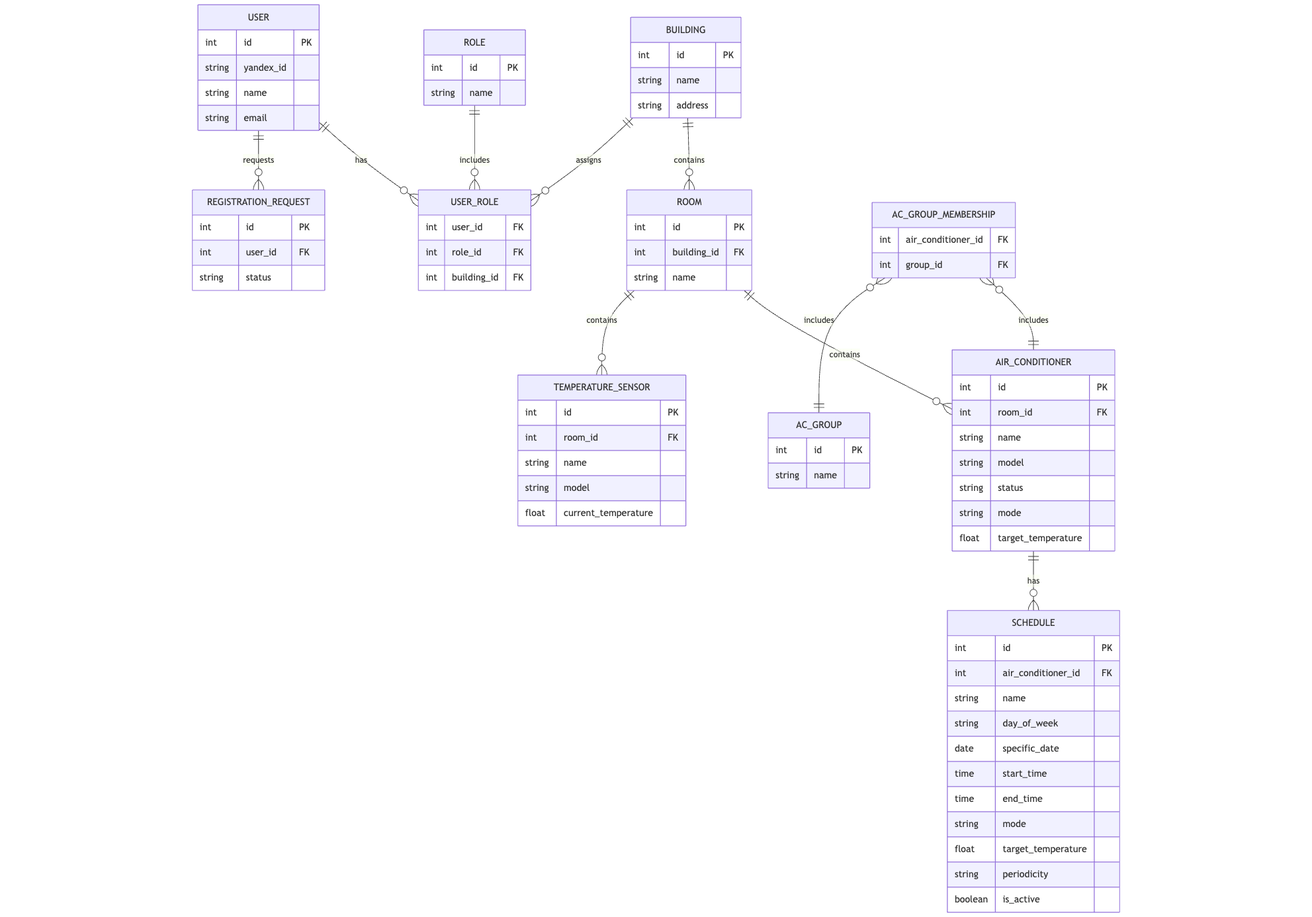
Before: docs/er-model.png, a diagram exported from Mermaid (dllnnx/is-coursework). Its source is kept beside it as docs/er-model.mmd. Its diagram source:
```mermaid
erDiagram
    USER {
        int id PK
        string yandex_id
        string name
        string email
    }

    ROLE {
        int id PK
        string name
    }

    BUILDING {
        int id PK
        string name
        string address
    }

    ROOM {
        int id PK
        int building_id FK
        string name
    }

    AIR_CONDITIONER {
        int id PK
        int room_id FK
        string name
        string model
        string status
        string mode
        float target_temperature
    }

    TEMPERATURE_SENSOR {
        int id PK
        int room_id FK
        string name
        string model
        float current_temperature
    }

    SCHEDULE {
        int id PK
        int air_conditioner_id FK
        string name
        string day_of_week
        date specific_date
        time start_time
        time end_time
        string mode
        float target_temperature
        string periodicity
        boolean is_active
    }

    AC_GROUP {
        int id PK
        string name
    }

    REGISTRATION_REQUEST {
        int id PK
        int user_id FK
        string status
    }


    USER_ROLE {
        int user_id FK
        int role_id FK
        int building_id FK
    }

    AC_GROUP_MEMBERSHIP {
        int air_conditioner_id FK
        int group_id FK
    }

    USER ||--o{ USER_ROLE : has
    ROLE ||--o{ USER_ROLE : includes
    USER ||--o{ REGISTRATION_REQUEST : requests
    BUILDING ||--o{ ROOM : contains
    BUILDING ||--o{ USER_ROLE : assigns
    ROOM ||--o{ AIR_CONDITIONER : contains
    ROOM ||--o{ TEMPERATURE_SENSOR : contains
    AIR_CONDITIONER ||--o{ SCHEDULE : has
    AC_GROUP_MEMBERSHIP }o--|| AIR_CONDITIONER : includes
    AC_GROUP_MEMBERSHIP }o--|| AC_GROUP : includes
```
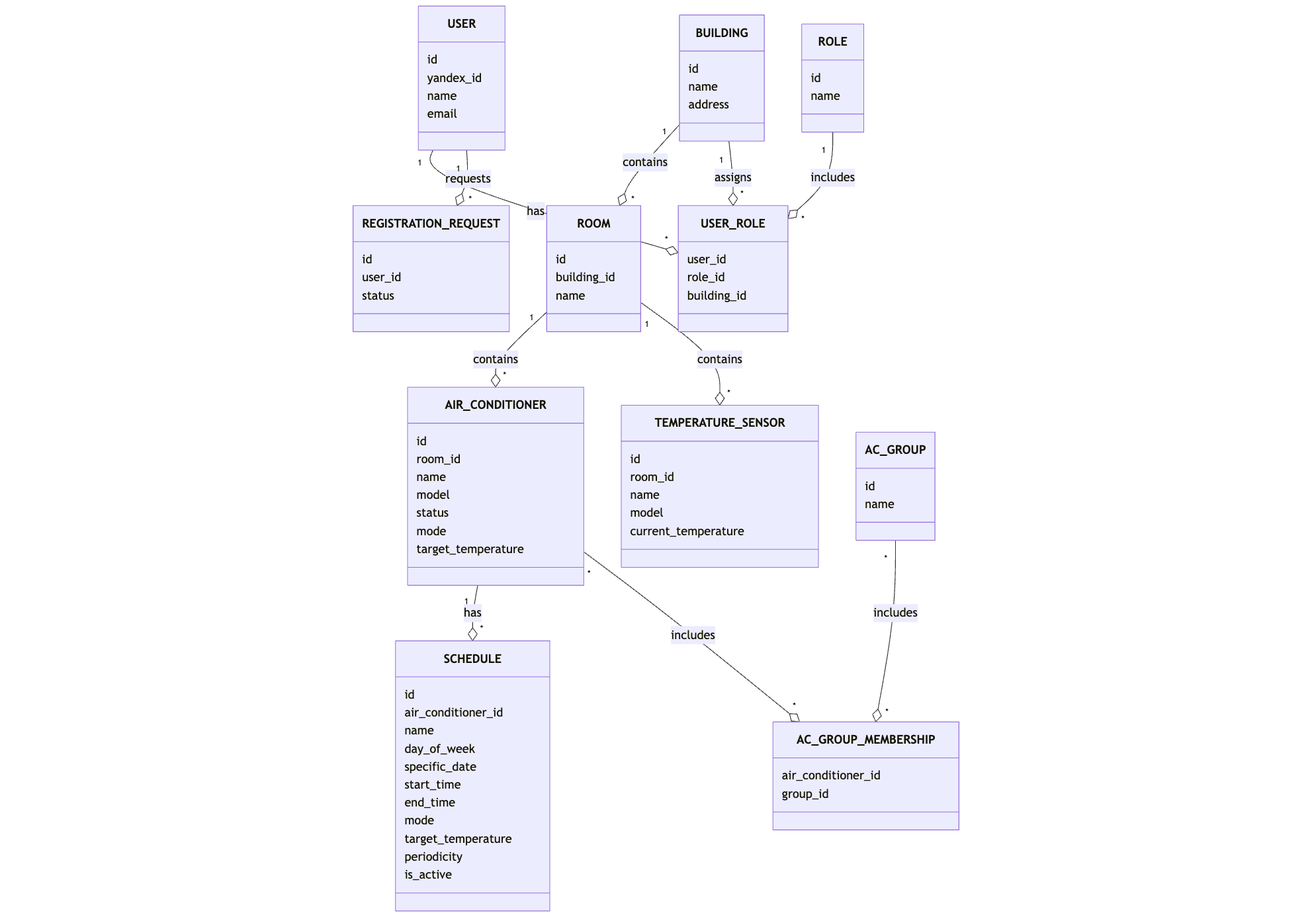
The same file after the commit.

What changed in the source:
```diff
@@ -1,90 +1,89 @@
-erDiagram
-    USER {
-        int id PK
-        string yandex_id
-        string name
-        string email
+classDiagram
+    class USER {
+        id
+        yandex_id
+        name
+        email
     }
 
-    ROLE {
-        int id PK
-        string name
+    class ROLE {
+        id
+        name
     }
 
-    BUILDING {
-        int id PK
-        string name
-        string address
+    class BUILDING {
+        id
+        name
+        address
     }
 
-    ROOM {
-        int id PK
-        int building_id FK
-        string name
+    class ROOM {
+        id
+        building_id
+        name
     }
 
-    AIR_CONDITIONER {
-        int id PK
-        int room_id FK
-        string name
-        string model
-        string status
-        string mode
-        float target_temperature
+    class AIR_CONDITIONER {
+        id
+        room_id
+        name
+        model
+        status
+        mode
+        target_temperature
     }
 
-    TEMPERATURE_SENSOR {
-        int id PK
-        int room_id FK
-        string name
-        string model
-        float current_temperature
+    class TEMPERATURE_SENSOR {
+        id
+        room_id
+        name
+        model
+        current_temperature
     }
 
-    SCHEDULE {
-        int id PK
-        int air_conditioner_id FK
-        string name
-        string day_of_week
-        date specific_date
-        time start_time
-        time end_time
-        string mode
-        float target_temperature
-        string periodicity
-        boolean is_active
+    class SCHEDULE {
+        id
+        air_conditioner_id
+        name
+        day_of_week
+        specific_date
+        start_time
+        end_time
+        mode
+        target_temperature
+        periodicity
+        is_active
     }
 
-    AC_GROUP {
-        int id PK
-        string name
+    class AC_GROUP {
+        id
+        name
     }
 
-    REGISTRATION_REQUEST {
-        int id PK
-        int user_id FK
-        string status
+    class REGISTRATION_REQUEST {
+        id
+        user_id
+        status
     }
 
-
-    USER_ROLE {
-        int user_id FK
-        int role_id FK
-        int building_id FK
+    class USER_ROLE {
+        user_id
+        role_id
+        building_id
     }
 
-    AC_GROUP_MEMBERSHIP {
-        int air_conditioner_id FK
-        int group_id FK
+    class AC_GROUP_MEMBERSHIP {
+        air_conditioner_id
+        group_id
     }
 
-    USER ||--o{ USER_ROLE : has
-    ROLE ||--o{ USER_ROLE : includes
-    USER ||--o{ REGISTRATION_REQUEST : requests
-    BUILDING ||--o{ ROOM : contains
-    BUILDING ||--o{ USER_ROLE : assigns
-    ROOM ||--o{ AIR_CONDITIONER : contains
-    ROOM ||--o{ TEMPERATURE_SENSOR : contains
-    AIR_CONDITIONER ||--o{ SCHEDULE : has
-    AC_GROUP_MEMBERSHIP }o--|| AIR_CONDITIONER : includes
-    AC_GROUP_MEMBERSHIP }o--|| AC_GROUP : includes
+    USER "1" --o "*" USER_ROLE : has
+    ROLE "1" --o "*" USER_ROLE : includes
+    USER "1" --o "*" REGISTRATION_REQUEST : requests
+    BUILDING "1" --o "*" ROOM : contains
+    BUILDING "1" --o "*" USER_ROLE : assigns
+    ROOM "1" --o "*" AIR_CONDITIONER : contains
+    ROOM "1" --o "*" TEMPERATURE_SENSOR : contains
+    AIR_CONDITIONER "1" --o "*" SCHEDULE : has
+    AIR_CONDITIONER "*" --o "*" AC_GROUP_MEMBERSHIP : includes
+    AC_GROUP "*" --o "*" AC_GROUP_MEMBERSHIP : includes
```
